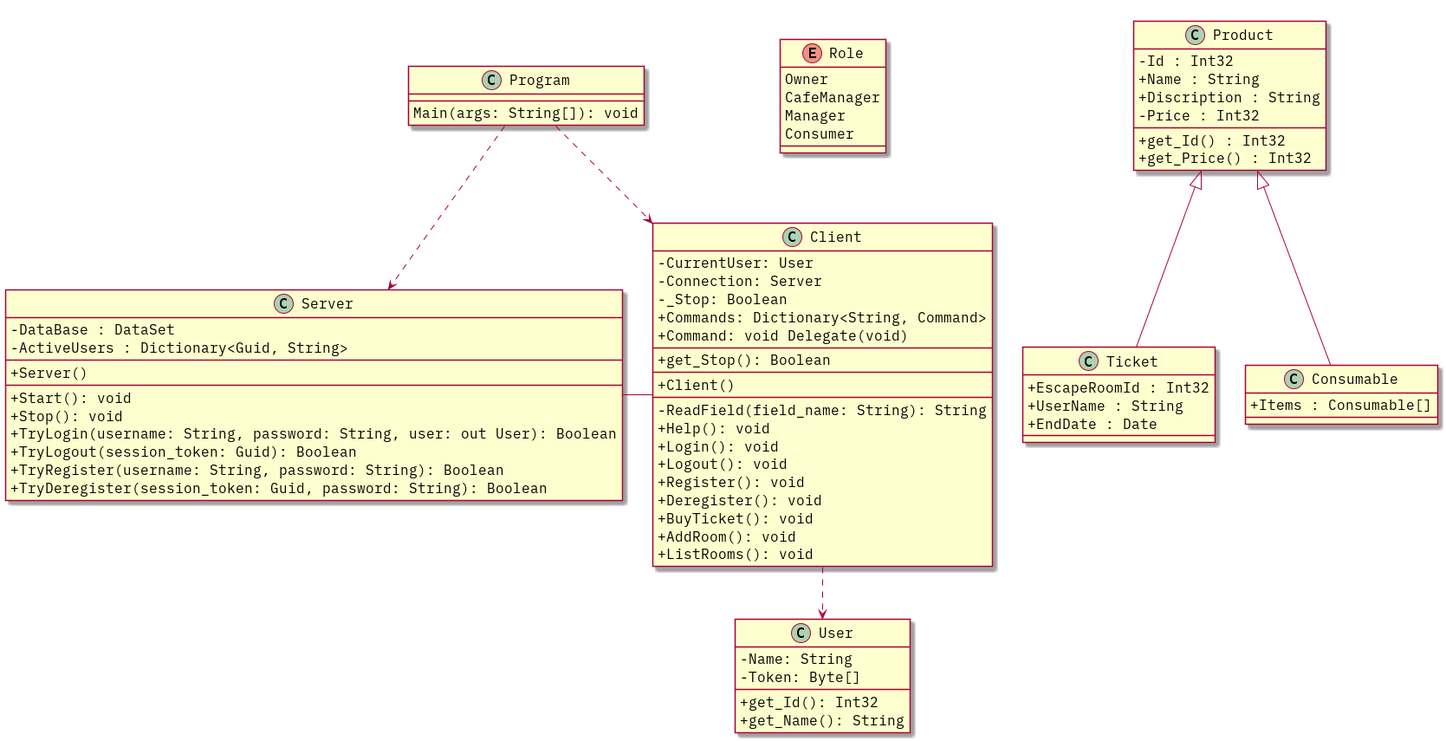
proj-1b-3/code keeps this PlantUML diagram as ClassDiagram/classes.png. Above is the earlier version.
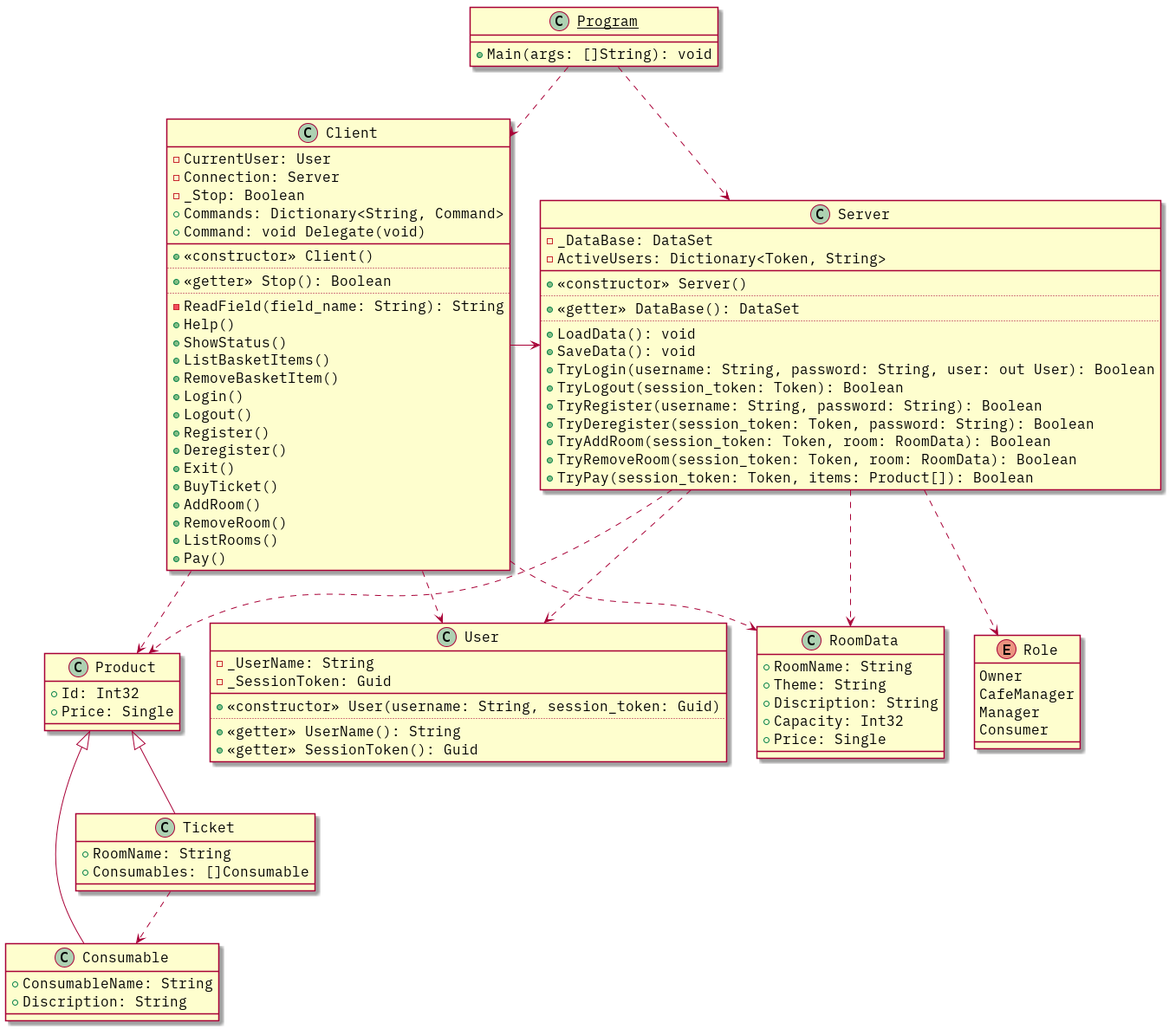
After the change.

Commit message:
added some features, cleaned up some code, changed a few bit and bobs and made the class diagram a big bit better... I think

What changed in the source:
```diff
@@ -1,61 +1,107 @@
 @startuml
 skinparam defaultFontSize 16
 skinparam defaultFontName IBM Plex Mono
-skinparam classAttributeIconSize 0
 
-class Program {
-	Main(args: String[]): void
+class "<u>Program</u>" {
+	+ Main(args: []String): void
 }
 
-Program ..> Server
-Program ..> Client
+"<u>Program</u>" ..> Server
+"<u>Program</u>" ..> Client
 
 class Server {
-	- DataBase : DataSet
-	- ActiveUsers : Dictionary<Guid, String>
-	____
-	+ Server()
-	____
-	+ Start(): void
-	+ Stop(): void
+	- _DataBase: DataSet
+	- ActiveUsers: Dictionary<Token, String>
+	__
+	+ <<constructor>> Server()
+	..
+	+ <<getter>> DataBase(): DataSet
+	..
+	+ LoadData(): void
+	+ SaveData(): void
 	+ TryLogin(username: String, password: String, user: out User): Boolean
-	+ TryLogout(session_token: Guid): Boolean
+	+ TryLogout(session_token: Token): Boolean
 	+ TryRegister(username: String, password: String): Boolean
-	+ TryDeregister(session_token: Guid, password: String): Boolean
+	+ TryDeregister(session_token: Token, password: String): Boolean
+	+ TryAddRoom(session_token: Token, room: RoomData): Boolean
+	+ TryRemoveRoom(session_token: Token, room: RoomData): Boolean
+	+ TryPay(session_token: Token, items: Product[]): Boolean
 }
 
-Server -r- Client
+Server ..> User
+Server ..> Role
+Server ..> RoomData
+Server ..> Product
 
 class Client {
 	- CurrentUser: User
 	- Connection: Server
 	- _Stop: Boolean
 	+ Commands: Dictionary<String, Command>
-	+ Command: void Delegate(void)
-	____
-	+ get_Stop(): Boolean
-	____
-	+ Client()
-	____
+	{field} + Command: void Delegate(void)
+	__
+	+ <<constructor>> Client()
+	..
+	+ <<getter>> Stop(): Boolean
+	..
 	- ReadField(field_name: String): String
-	+ Help(): void
-	+ Login(): void
-	+ Logout(): void
-	+ Register(): void
-	+ Deregister(): void
-	+ BuyTicket(): void
-	+ AddRoom(): void
-	+ ListRooms(): void
+	+ Help()
+	+ ShowStatus()
+	+ ListBasketItems()
+	+ RemoveBasketItem()
+	+ Login()
+	+ Logout()
+	+ Register()
+	+ Deregister()
+	+ Exit()
+	+ BuyTicket()
+	+ AddRoom()
+	+ RemoveRoom()
+	+ ListRooms()
+	+ Pay()
 }
 
 Client ..> User
+Client -> Server
+Client ..> RoomData
+Client ..> Product
+
+class Product {
+	+ Id: Int32
+	+ Price: Single
+}
+
+class Ticket {
+	+ RoomName: String
+	+ Consumables: []Consumable
+}
+
+Ticket -u-|> Product
+Ticket ..> Consumable
+
+class Consumable {
+	+ ConsumableName: String
+	+ Discription: String
+}
+
+Consumable -u-|> Product
+
+class RoomData {
+	+ RoomName: String
+	+ Theme: String
+	+ Discription: String
+	+ Capacity: Int32
+	+ Price: Single
+}
 
 class User {
-	- Name: String
-	- Token: Byte[]
-	____
-	+ get_Id(): Int32
-	+ get_Name(): String
+	- _UserName: String
+	- _SessionToken: Guid
+	__
+	+ <<constructor>> User(username: String, session_token: Guid)
+	..
+	+ <<getter>> UserName(): String
+	+ <<getter>> SessionToken(): Guid
 }
 
 enum Role {
@@ -63,31 +109,7 @@
 	CafeManager
 	Manager
 	Consumer
-}
-
-together {
-	class Product {
-		- Id : Int32
-		+ Name : String
-		+ Discription : String
-		- Price : Int32
-		____
-		+ get_Id() : Int32
-		+ get_Price() : Int32
-	}
-
-	class Ticket {
-		+ EscapeRoomId : Int32
-		+ UserName : String
-		+ EndDate : Date
-	}
-
-	class Consumable {
-		+ Items : Consumable[]
-	}
-
-	Consumable -up-|> Product
-	Ticket -up-|> Product
+	__
 }
 
 @enduml
```
